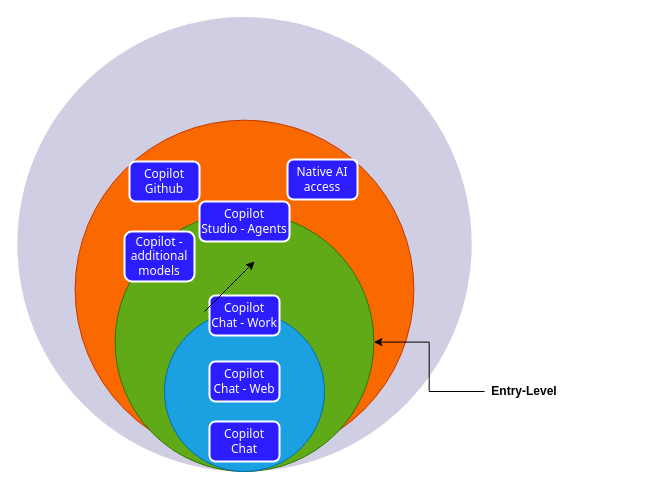
Earlier version of the draw.io diagram page "Maturity & Capabilities" (4 of 4) of AI/AI strategy diagrams.drawio (dingwap/wiki). Source tidied: cells renumbered, new cells numbered last; positions are measured from the earlier drawing's top-left corner, leaving out a move shared by most shapes. Both pictures are drawn from the tidied source at 100%, with x=0, y=0 at pixel (17, 17).
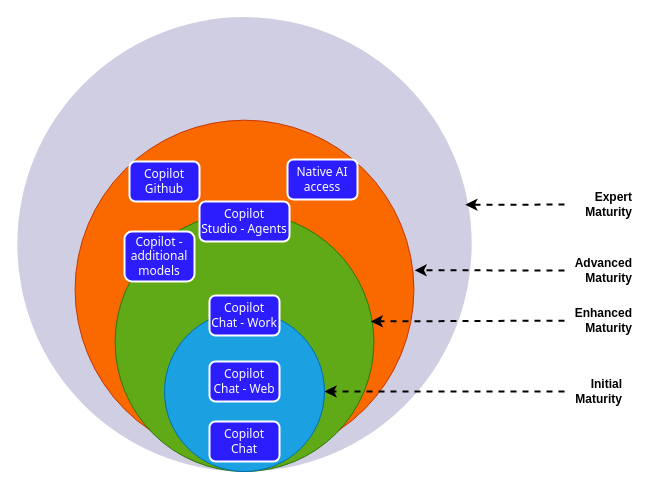
After the change.

The change refers to these unchanged cells:
```xml
<mxCell id="2" style="ellipse;whiteSpace=wrap;html=1;strokeColor=none;fillColor=#d0cee2;" parent="1" vertex="1">
  <mxGeometry x="-0.2" y="-0.4" width="454.4" height="454.4" as="geometry" />
</mxCell>
<mxCell id="3" style="ellipse;whiteSpace=wrap;html=1;strokeColor=#C73500;fillColor=#fa6800;fontColor=#000000;" parent="1" vertex="1">
  <mxGeometry x="57.6" y="102.7" width="338.8" height="338.8" as="geometry" />
</mxCell>
<mxCell id="4" style="ellipse;whiteSpace=wrap;html=1;strokeColor=#2D7600;fillColor=#60a917;fontColor=#ffffff;" parent="1" vertex="1">
  <mxGeometry x="97.6" y="195.2" width="258.8" height="258.8" as="geometry" />
</mxCell>
<mxCell id="5" style="ellipse;whiteSpace=wrap;html=1;strokeColor=#006EAF;fillColor=#1ba1e2;fontColor=#ffffff;" parent="1" vertex="1">
  <mxGeometry x="147" y="294" width="160" height="160" as="geometry" />
</mxCell>
```

What changed in the source:
```diff
@@
-    <mxCell id="13" style="edgeStyle=orthogonalEdgeStyle;rounded=0;jettySize=auto;html=1;" parent="1" edge="1" source="14" target="4">
-      <mxGeometry relative="1" as="geometry" />
-    </mxCell>
-    <mxCell id="14" value="Entry-Level" style="text;html=1;whiteSpace=wrap;strokeColor=none;fillColor=none;align=center;verticalAlign=middle;rounded=0;fontStyle=1;" parent="1" vertex="1">
-      <mxGeometry x="467" y="359" width="80" height="30" as="geometry" />
+    <mxCell id="14" value="Initial Maturity" style="text;html=1;whiteSpace=wrap;strokeColor=none;fillColor=none;align=right;verticalAlign=middle;rounded=0;fontStyle=1;" parent="1" vertex="1">
+      <mxGeometry x="547" y="359" width="60" height="30" as="geometry" />
     </mxCell>
-    <mxCell id="15" style="endArrow=classic;html=1;rounded=0;" parent="1" edge="1">
-      <mxGeometry relative="1" as="geometry">
-        <mxPoint x="187" y="294" as="sourcePoint" />
-        <mxPoint x="237" y="244" as="targetPoint" />
-      </mxGeometry>
-    </mxCell>
+    <mxCell id="16" style="endArrow=classic;html=1;rounded=0;exitX=0;exitY=0.5;exitDx=0;exitDy=0;entryX=1;entryY=0.5;entryDx=0;entryDy=0;strokeWidth=2;dashed=1;" parent="1" edge="1" source="14" target="5">
+      <mxGeometry relative="1" as="geometry" />
+    </mxCell>
+    <mxCell id="17" value="Enhanced&lt;br&gt;Maturity" style="text;html=1;whiteSpace=wrap;strokeColor=none;fillColor=none;align=right;verticalAlign=middle;rounded=0;fontStyle=1;" parent="1" vertex="1">
+      <mxGeometry x="547" y="288" width="70" height="30" as="geometry" />
+    </mxCell>
+    <mxCell id="18" style="endArrow=classic;html=1;rounded=0;entryX=0.988;entryY=0.42;entryDx=0;entryDy=0;strokeWidth=2;dashed=1;entryPerimeter=0;" parent="1" edge="1" source="17" target="4">
+      <mxGeometry relative="1" as="geometry" />
+    </mxCell>
+    <mxCell id="19" value="Advanced&lt;br&gt;Maturity" style="text;html=1;whiteSpace=wrap;strokeColor=none;fillColor=none;align=right;verticalAlign=middle;rounded=0;fontStyle=1;" parent="1" vertex="1">
+      <mxGeometry x="547" y="238" width="70" height="30" as="geometry" />
+    </mxCell>
+    <mxCell id="20" style="endArrow=classic;html=1;rounded=0;entryX=1.002;entryY=0.443;entryDx=0;entryDy=0;strokeWidth=2;dashed=1;entryPerimeter=0;" parent="1" edge="1" source="19" target="3">
+      <mxGeometry relative="1" as="geometry" />
+    </mxCell>
+    <mxCell id="21" value="Expert&lt;br&gt;Maturity" style="text;html=1;whiteSpace=wrap;strokeColor=none;fillColor=none;align=right;verticalAlign=middle;rounded=0;fontStyle=1;" parent="1" vertex="1">
+      <mxGeometry x="547" y="172" width="70" height="30" as="geometry" />
+    </mxCell>
+    <mxCell id="22" style="endArrow=classic;html=1;rounded=0;entryX=0.986;entryY=0.413;entryDx=0;entryDy=0;strokeWidth=2;dashed=1;entryPerimeter=0;" parent="1" edge="1" source="21" target="2">
+      <mxGeometry relative="1" as="geometry" />
+    </mxCell>
```
